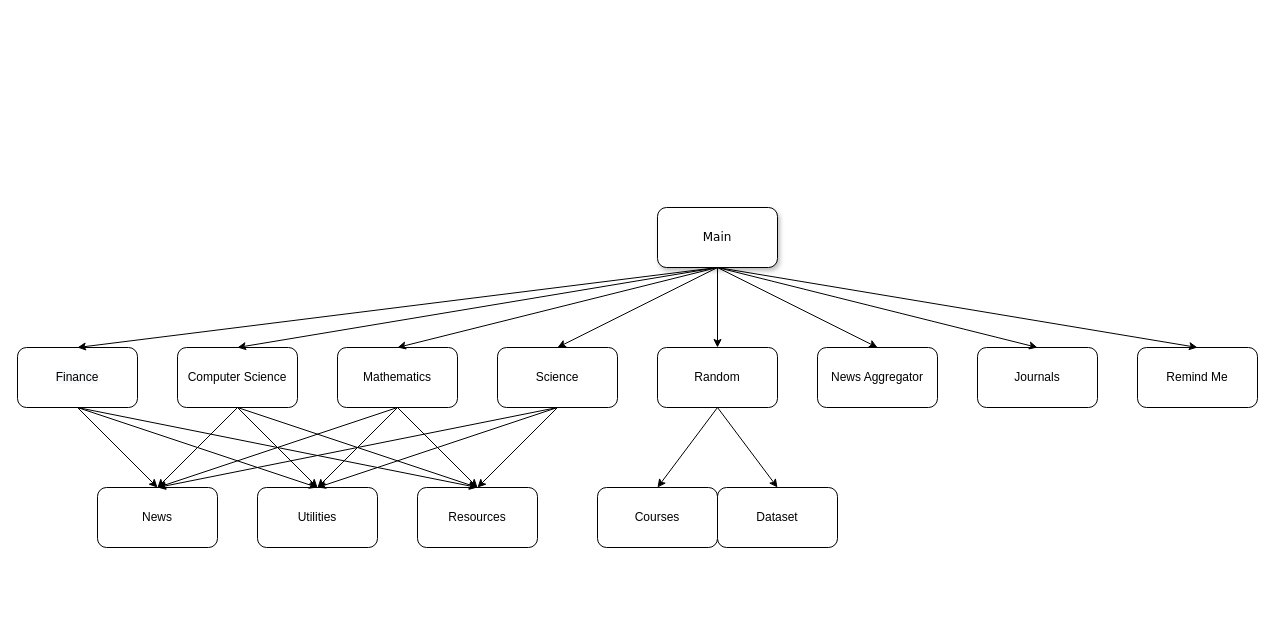
Before: draw.drawio in Scavix/Scavix.github.io, a draw.io diagram. Source tidied: cells renumbered, new cells numbered last; positions are measured from the earlier drawing's top-left corner, leaving out a move shared by most shapes. Both pictures are drawn from the tidied source at 100%, with x=0, y=0 at pixel (17, 207).
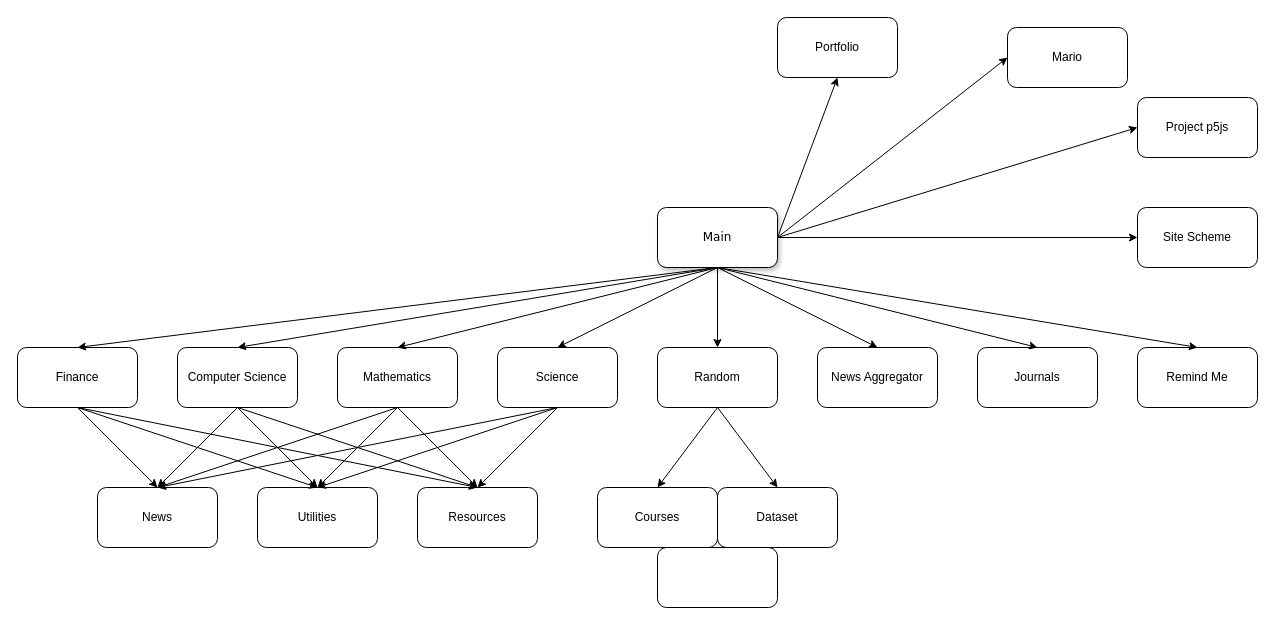
The same page after the edit.

Unchanged cells that the change refers to:
```xml
<mxCell id="2" value="Main" style="whiteSpace=wrap;html=1;rounded=1;shadow=1;labelBackgroundColor=none;strokeWidth=1;fontFamily=Verdana;fontSize=12;align=center;" parent="1" vertex="1">
  <mxGeometry x="640" width="120" height="60" as="geometry" />
</mxCell>
```

What changed in the source:
```diff
@@
+    <mxCell id="38" value="Site Scheme" style="rounded=1;whiteSpace=wrap;html=1;" parent="1" vertex="1">
+      <mxGeometry x="1120" width="120" height="60" as="geometry" />
+    </mxCell>
+    <mxCell id="39" style="endArrow=classic;html=1;exitX=1;exitY=0.5;exitDx=0;exitDy=0;entryX=0;entryY=0.5;entryDx=0;entryDy=0;" parent="1" edge="1" source="2" target="38">
+      <mxGeometry relative="1" as="geometry" />
+    </mxCell>
+    <mxCell id="40" value="Project p5js" style="rounded=1;whiteSpace=wrap;html=1;" parent="1" vertex="1">
+      <mxGeometry x="1120" y="-110" width="120" height="60" as="geometry" />
+    </mxCell>
+    <mxCell id="41" style="endArrow=classic;html=1;entryX=0;entryY=0.5;entryDx=0;entryDy=0;" parent="1" edge="1" target="40">
+      <mxGeometry relative="1" as="geometry">
+        <mxPoint x="760" y="30" as="sourcePoint" />
+      </mxGeometry>
+    </mxCell>
+    <mxCell id="42" value="Mario" style="rounded=1;whiteSpace=wrap;html=1;" parent="1" vertex="1">
+      <mxGeometry x="990" y="-180" width="120" height="60" as="geometry" />
+    </mxCell>
+    <mxCell id="43" value="Portfolio" style="rounded=1;whiteSpace=wrap;html=1;" parent="1" vertex="1">
+      <mxGeometry x="760" y="-190" width="120" height="60" as="geometry" />
+    </mxCell>
+    <mxCell id="44" style="endArrow=classic;html=1;exitX=1;exitY=0.5;exitDx=0;exitDy=0;entryX=0;entryY=0.5;entryDx=0;entryDy=0;" parent="1" edge="1" source="2" target="42">
+      <mxGeometry relative="1" as="geometry" />
+    </mxCell>
+    <mxCell id="45" style="endArrow=classic;html=1;entryX=0.5;entryY=1;entryDx=0;entryDy=0;" parent="1" edge="1" target="43">
+      <mxGeometry relative="1" as="geometry">
+        <mxPoint x="760" y="30" as="sourcePoint" />
+      </mxGeometry>
+    </mxCell>
+    <mxCell id="46" style="rounded=1;whiteSpace=wrap;html=1;" parent="1" vertex="1">
+      <mxGeometry x="640" y="340" width="120" height="60" as="geometry" />
+    </mxCell>
```
